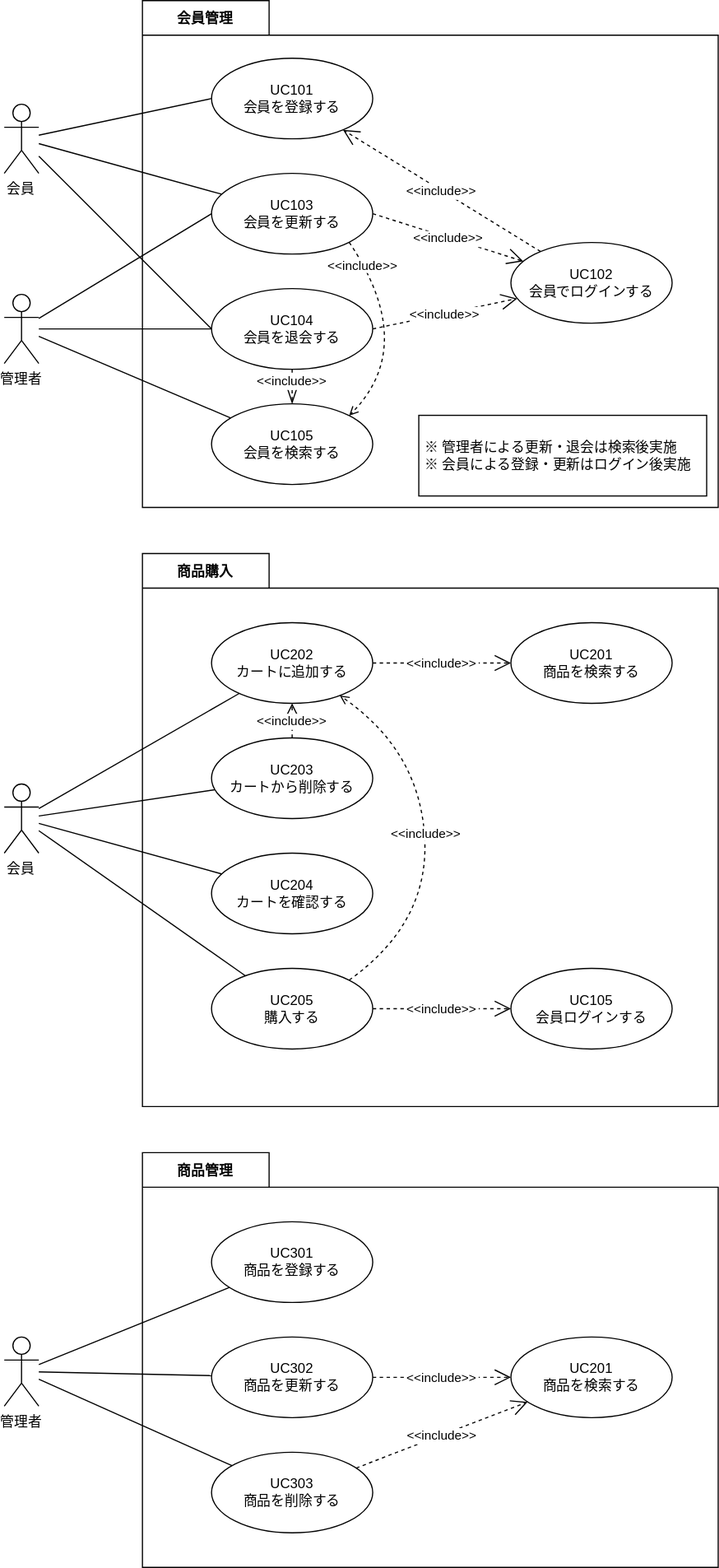
Above: documents/10_要件定義/image/usecase.drawio.svg in la-java-silicon-2021/shopping-doc (draw.io), before the change. Source tidied: cells renumbered, new cells last; positions are measured from the earlier drawing's top-left corner, leaving out a move shared by most shapes.
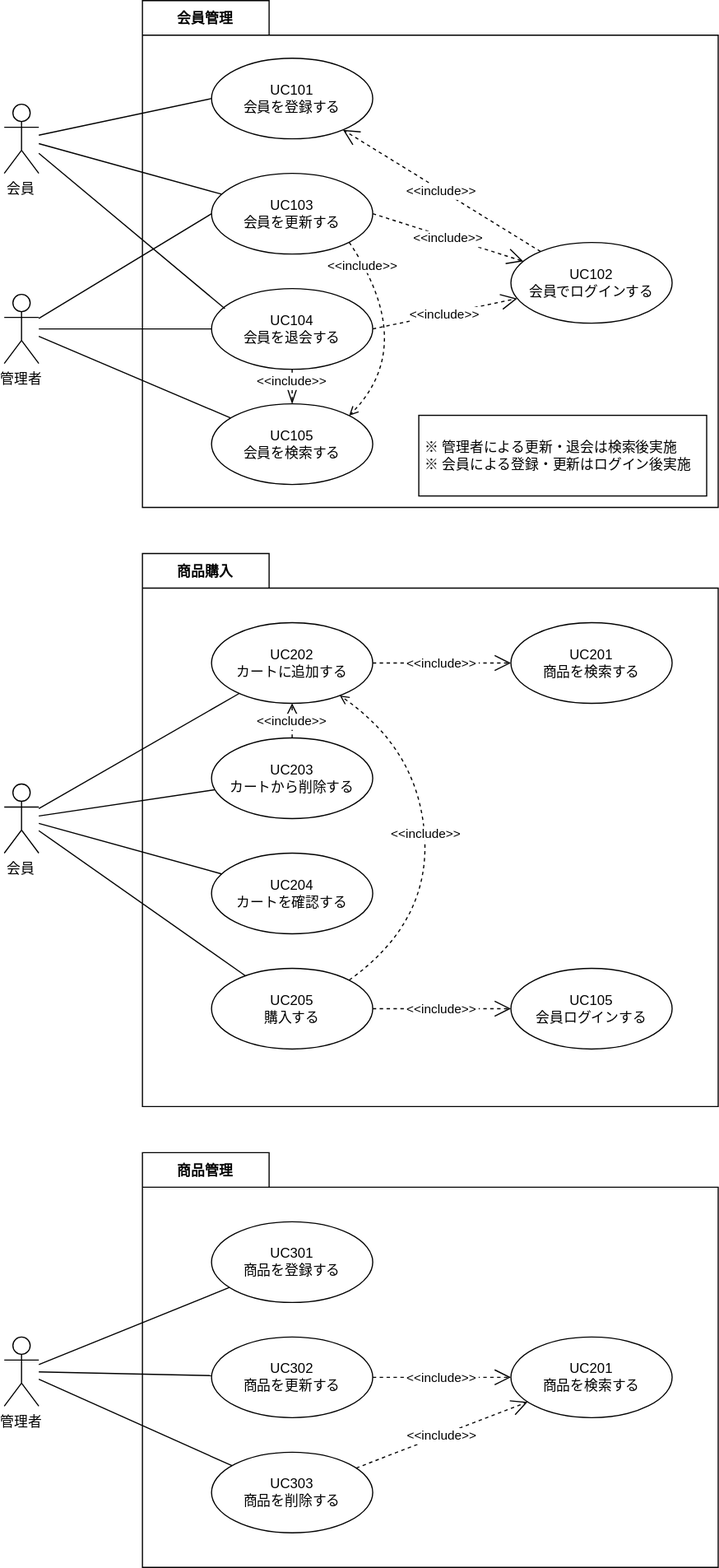
The same diagram one commit later.

Commit message:
usecase.drawio.svg を更新します

What changed in the source:
```diff
@@ -38,7 +38,7 @@
     <mxCell id="13" style="endArrow=none;" parent="1" edge="1" source="3" target="5">
       <mxGeometry relative="1" as="geometry" />
     </mxCell>
-    <mxCell id="14" style="endArrow=none;entryX=0;entryY=0.5;entryDx=0;entryDy=0;" parent="1" edge="1" source="3" target="6">
+    <mxCell id="14" style="endArrow=none;entryX=0.083;entryY=0.249;entryDx=0;entryDy=0;entryPerimeter=0;" parent="1" edge="1" source="3" target="6">
       <mxGeometry relative="1" as="geometry" />
     </mxCell>
     <mxCell id="15" style="endArrow=none;entryX=0;entryY=0.5;entryDx=0;entryDy=0;" parent="1" edge="1" source="9" target="5">
```
